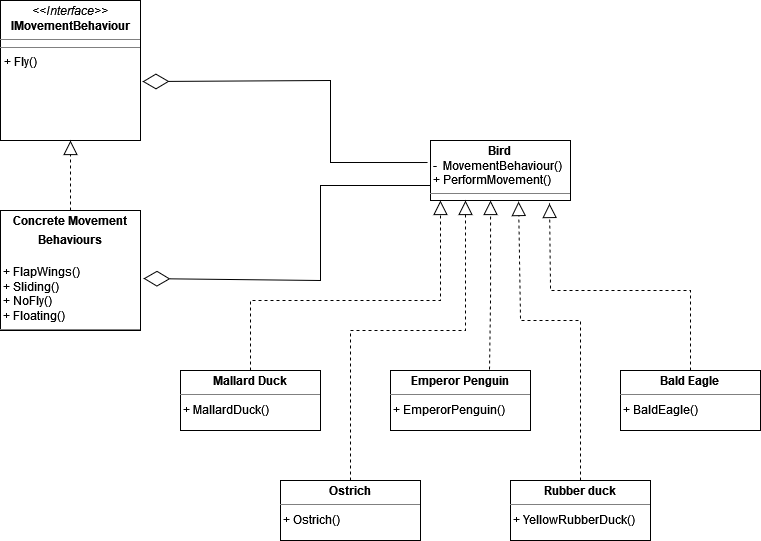
The draw.io diagram strategyPattern.drawio.png in Chijioke0894/Strategy_pattern, before a commit. Source tidied: cells renumbered, new cells last; positions are measured from the earlier drawing's top-left corner, leaving out a move shared by most shapes.
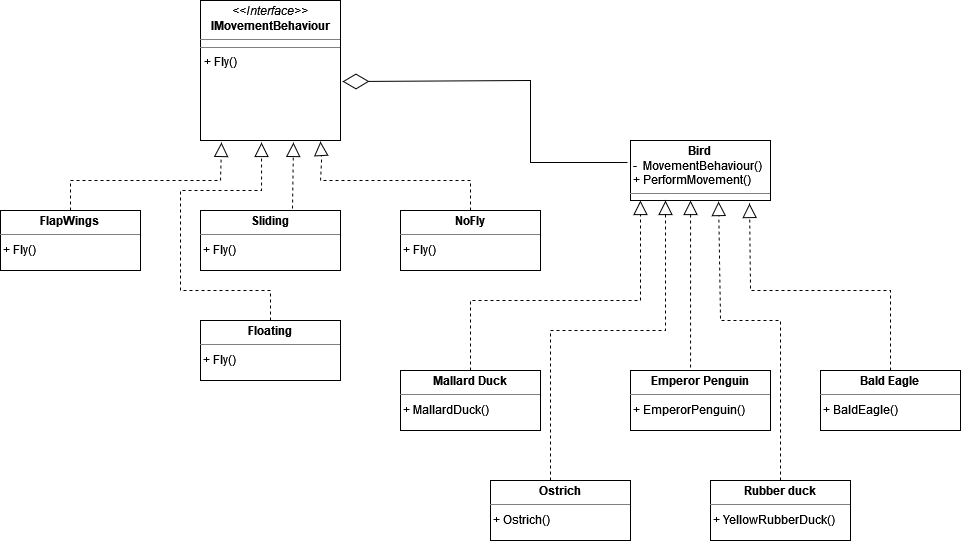
The same file after the commit.

Commit message:
I have updated the UML diagram.

What changed in the source:
```diff
@@ -5,12 +5,6 @@
     <mxCell id="2" value="&lt;p style=&quot;margin:0px;margin-top:4px;text-align:center;&quot;&gt;&lt;i&gt;&amp;lt;&amp;lt;Interface&amp;gt;&amp;gt;&lt;/i&gt;&lt;br&gt;&lt;b&gt;IMovementBehaviour&lt;/b&gt;&lt;/p&gt;&lt;hr size=&quot;1&quot;&gt;&lt;hr size=&quot;1&quot;&gt;&lt;p style=&quot;margin:0px;margin-left:4px;&quot;&gt;+ Fly()&lt;br&gt;&lt;/p&gt;" style="verticalAlign=top;align=left;overflow=fill;fontSize=12;fontFamily=Helvetica;html=1;whiteSpace=wrap;" parent="1" vertex="1">
       <mxGeometry width="140" height="140" as="geometry" />
     </mxCell>
-    <mxCell id="3" value="&lt;p style=&quot;margin:0px;margin-top:4px;text-align:center;&quot;&gt;&lt;b&gt;Concrete Movement &lt;br&gt;&lt;/b&gt;&lt;/p&gt;&lt;p style=&quot;margin:0px;margin-top:4px;text-align:center;&quot;&gt;&lt;b&gt;Behaviours&lt;br&gt;&lt;/b&gt;&lt;/p&gt;&lt;p style=&quot;margin:0px;margin-top:4px;text-align:center;&quot;&gt;&lt;b&gt;&lt;br&gt;&lt;/b&gt;&lt;/p&gt;&lt;div&gt;&amp;nbsp;+ FlapWings()&lt;/div&gt;&lt;div&gt;&amp;nbsp;+ Sliding()&lt;/div&gt;&lt;div&gt;&amp;nbsp;+ NoFly()&lt;/div&gt;&lt;div&gt;&amp;nbsp;+ Floating()&lt;br&gt;&lt;/div&gt;&lt;hr size=&quot;1&quot;&gt;&lt;div style=&quot;height:2px;&quot;&gt;&lt;/div&gt;" style="verticalAlign=top;align=left;overflow=fill;fontSize=12;fontFamily=Helvetica;html=1;whiteSpace=wrap;" parent="1" vertex="1">
-      <mxGeometry y="210" width="140" height="120" as="geometry" />
-    </mxCell>
-    <mxCell id="4" style="endArrow=block;dashed=1;endFill=0;endSize=12;html=1;rounded=0;exitX=0.5;exitY=0;exitDx=0;exitDy=0;entryX=0.5;entryY=1;entryDx=0;entryDy=0;" parent="1" edge="1" source="3" target="2">
-      <mxGeometry relative="1" as="geometry" />
-    </mxCell>
     <mxCell id="5" value="&lt;p style=&quot;margin:0px;margin-top:4px;text-align:center;&quot;&gt;&lt;b&gt;Bird&lt;/b&gt;&lt;br&gt;&lt;/p&gt;&lt;div&gt;&amp;nbsp;-&amp;nbsp; MovementBehaviour()&lt;/div&gt;&lt;div&gt;&amp;nbsp;+ PerformMovement()&lt;br&gt;&lt;/div&gt;&lt;hr size=&quot;1&quot;&gt;&lt;div style=&quot;height:2px;&quot;&gt;&lt;/div&gt;&lt;hr size=&quot;1&quot;&gt;&lt;div style=&quot;height:2px;&quot;&gt;&lt;/div&gt;" style="verticalAlign=top;align=left;overflow=fill;fontSize=12;fontFamily=Helvetica;html=1;whiteSpace=wrap;" parent="1" vertex="1">
       <mxGeometry x="430" y="140" width="140" height="60" as="geometry" />
     </mxCell>
@@ -22,25 +16,17 @@
         </Array>
       </mxGeometry>
     </mxCell>
-    <mxCell id="7" style="endArrow=diamondThin;endFill=0;endSize=24;html=1;rounded=0;exitX=0;exitY=0.75;exitDx=0;exitDy=0;entryX=1.021;entryY=0.567;entryDx=0;entryDy=0;entryPerimeter=0;" parent="1" edge="1" source="5" target="3">
-      <mxGeometry relative="1" as="geometry">
-        <Array as="points">
-          <mxPoint x="320" y="185" />
-          <mxPoint x="320" y="280" />
-        </Array>
-      </mxGeometry>
-    </mxCell>
     <mxCell id="8" value="&lt;p style=&quot;margin:0px;margin-top:4px;text-align:center;&quot;&gt;&lt;b&gt;Mallard Duck&lt;/b&gt;&lt;br&gt;&lt;/p&gt;&lt;hr size=&quot;1&quot;&gt;&lt;div style=&quot;height:2px;&quot;&gt;&amp;nbsp;+ MallardDuck()&lt;br&gt;&lt;/div&gt;" style="verticalAlign=top;align=left;overflow=fill;fontSize=12;fontFamily=Helvetica;html=1;whiteSpace=wrap;" parent="1" vertex="1">
-      <mxGeometry x="180" y="370" width="140" height="60" as="geometry" />
+      <mxGeometry x="200" y="370" width="140" height="60" as="geometry" />
     </mxCell>
     <mxCell id="9" value="&lt;p style=&quot;margin:0px;margin-top:4px;text-align:center;&quot;&gt;&lt;b&gt;Emperor Penguin&lt;/b&gt;&lt;br&gt;&lt;/p&gt;&lt;hr size=&quot;1&quot;&gt;&lt;div style=&quot;height:2px;&quot;&gt;&amp;nbsp;+ EmperorPenguin()&lt;br&gt;&lt;/div&gt;" style="verticalAlign=top;align=left;overflow=fill;fontSize=12;fontFamily=Helvetica;html=1;whiteSpace=wrap;" parent="1" vertex="1">
-      <mxGeometry x="390" y="370" width="140" height="60" as="geometry" />
+      <mxGeometry x="430" y="370" width="140" height="60" as="geometry" />
     </mxCell>
     <mxCell id="10" value="&lt;p style=&quot;margin:0px;margin-top:4px;text-align:center;&quot;&gt;&lt;b&gt;Bald Eagle&lt;/b&gt;&lt;br&gt;&lt;/p&gt;&lt;hr size=&quot;1&quot;&gt;&lt;div style=&quot;height:2px;&quot;&gt;&amp;nbsp;+ BaldEagle()&lt;br&gt;&lt;/div&gt;" style="verticalAlign=top;align=left;overflow=fill;fontSize=12;fontFamily=Helvetica;html=1;whiteSpace=wrap;" parent="1" vertex="1">
       <mxGeometry x="620" y="370" width="140" height="60" as="geometry" />
     </mxCell>
     <mxCell id="11" value="&lt;p style=&quot;margin:0px;margin-top:4px;text-align:center;&quot;&gt;&lt;b&gt;Ostrich&lt;/b&gt;&lt;br&gt;&lt;/p&gt;&lt;hr size=&quot;1&quot;&gt;&lt;div style=&quot;height:2px;&quot;&gt;&amp;nbsp;+ Ostrich()&lt;br&gt;&lt;/div&gt;" style="verticalAlign=top;align=left;overflow=fill;fontSize=12;fontFamily=Helvetica;html=1;whiteSpace=wrap;" parent="1" vertex="1">
-      <mxGeometry x="280" y="480" width="140" height="60" as="geometry" />
+      <mxGeometry x="290" y="480" width="140" height="60" as="geometry" />
     </mxCell>
     <mxCell id="12" value="&lt;p style=&quot;margin:0px;margin-top:4px;text-align:center;&quot;&gt;&lt;b&gt;Rubber duck&lt;/b&gt;&lt;br&gt;&lt;/p&gt;&lt;hr size=&quot;1&quot;&gt;&lt;div style=&quot;height:2px;&quot;&gt;&amp;nbsp;+ YellowRubberDuck()&lt;br&gt;&lt;/div&gt;" style="verticalAlign=top;align=left;overflow=fill;fontSize=12;fontFamily=Helvetica;html=1;whiteSpace=wrap;" parent="1" vertex="1">
       <mxGeometry x="510" y="480" width="140" height="60" as="geometry" />
@@ -48,13 +34,13 @@
     <mxCell id="13" style="endArrow=block;dashed=1;endFill=0;endSize=12;html=1;rounded=0;entryX=0.071;entryY=1;entryDx=0;entryDy=0;entryPerimeter=0;" parent="1" edge="1" source="8" target="5">
       <mxGeometry relative="1" as="geometry">
         <Array as="points">
-          <mxPoint x="250" y="300" />
+          <mxPoint x="270" y="300" />
           <mxPoint x="440" y="300" />
           <mxPoint x="440" y="230" />
         </Array>
       </mxGeometry>
     </mxCell>
-    <mxCell id="14" style="endArrow=block;dashed=1;endFill=0;endSize=12;html=1;rounded=0;entryX=0.429;entryY=1;entryDx=0;entryDy=0;entryPerimeter=0;exitX=0.707;exitY=-0.017;exitDx=0;exitDy=0;exitPerimeter=0;" parent="1" edge="1" source="9" target="5">
+    <mxCell id="14" style="endArrow=block;dashed=1;endFill=0;endSize=12;html=1;rounded=0;entryX=0.429;entryY=1;entryDx=0;entryDy=0;entryPerimeter=0;exitX=0.429;exitY=-0.05;exitDx=0;exitDy=0;exitPerimeter=0;" parent="1" edge="1" source="9" target="5">
       <mxGeometry relative="1" as="geometry">
         <Array as="points">
           <mxPoint x="490" y="300" />
@@ -88,5 +74,47 @@
         </Array>
       </mxGeometry>
     </mxCell>
+    <mxCell id="18" value="&lt;p style=&quot;margin:0px;margin-top:4px;text-align:center;&quot;&gt;&lt;b&gt;FlapWings&lt;/b&gt;&lt;br&gt;&lt;/p&gt;&lt;hr size=&quot;1&quot;&gt;&lt;div style=&quot;height:2px;&quot;&gt;&amp;nbsp;+ Fly()&lt;br&gt;&lt;/div&gt;" style="verticalAlign=top;align=left;overflow=fill;fontSize=12;fontFamily=Helvetica;html=1;whiteSpace=wrap;" parent="1" vertex="1">
+      <mxGeometry x="-200" y="210" width="140" height="60" as="geometry" />
+    </mxCell>
+    <mxCell id="19" value="&lt;p style=&quot;margin:0px;margin-top:4px;text-align:center;&quot;&gt;&lt;b&gt;NoFly&lt;/b&gt;&lt;br&gt;&lt;/p&gt;&lt;hr size=&quot;1&quot;&gt;&lt;div style=&quot;height:2px;&quot;&gt;&amp;nbsp;+ Fly()&lt;/div&gt;" style="verticalAlign=top;align=left;overflow=fill;fontSize=12;fontFamily=Helvetica;html=1;whiteSpace=wrap;" parent="1" vertex="1">
+      <mxGeometry x="200" y="210" width="140" height="60" as="geometry" />
+    </mxCell>
+    <mxCell id="20" value="&lt;p style=&quot;margin:0px;margin-top:4px;text-align:center;&quot;&gt;&lt;b&gt;Sliding&lt;/b&gt;&lt;br&gt;&lt;/p&gt;&lt;hr size=&quot;1&quot;&gt;&lt;div style=&quot;height:2px;&quot;&gt;&amp;nbsp;+ Fly()&lt;br&gt;&lt;/div&gt;" style="verticalAlign=top;align=left;overflow=fill;fontSize=12;fontFamily=Helvetica;html=1;whiteSpace=wrap;" parent="1" vertex="1">
+      <mxGeometry y="210" width="140" height="60" as="geometry" />
+    </mxCell>
+    <mxCell id="21" value="&lt;p style=&quot;margin:0px;margin-top:4px;text-align:center;&quot;&gt;&lt;b&gt;Floating&lt;/b&gt;&lt;br&gt;&lt;/p&gt;&lt;hr size=&quot;1&quot;&gt;&lt;div style=&quot;height:2px;&quot;&gt;&amp;nbsp;+ Fly()&lt;br&gt;&lt;/div&gt;" style="verticalAlign=top;align=left;overflow=fill;fontSize=12;fontFamily=Helvetica;html=1;whiteSpace=wrap;" parent="1" vertex="1">
+      <mxGeometry y="320" width="140" height="60" as="geometry" />
+    </mxCell>
+    <mxCell id="22" style="endArrow=block;dashed=1;endFill=0;endSize=12;html=1;rounded=0;exitX=0.5;exitY=0;exitDx=0;exitDy=0;entryX=0.15;entryY=1.014;entryDx=0;entryDy=0;entryPerimeter=0;" parent="1" edge="1" source="18" target="2">
+      <mxGeometry relative="1" as="geometry">
+        <Array as="points">
+          <mxPoint x="-130" y="180" />
+          <mxPoint x="20" y="180" />
+        </Array>
+      </mxGeometry>
+    </mxCell>
+    <mxCell id="23" style="endArrow=block;dashed=1;endFill=0;endSize=12;html=1;rounded=0;exitX=0.657;exitY=-0.033;exitDx=0;exitDy=0;exitPerimeter=0;entryX=0.664;entryY=1.014;entryDx=0;entryDy=0;entryPerimeter=0;" parent="1" edge="1" source="20" target="2">
+      <mxGeometry relative="1" as="geometry" />
+    </mxCell>
+    <mxCell id="24" style="endArrow=block;dashed=1;endFill=0;endSize=12;html=1;rounded=0;exitX=0.5;exitY=0;exitDx=0;exitDy=0;entryX=0.857;entryY=1.007;entryDx=0;entryDy=0;entryPerimeter=0;" parent="1" edge="1" source="19" target="2">
+      <mxGeometry relative="1" as="geometry">
+        <Array as="points">
+          <mxPoint x="270" y="180" />
+          <mxPoint x="120" y="180" />
+          <mxPoint x="121" y="160" />
+        </Array>
+      </mxGeometry>
+    </mxCell>
+    <mxCell id="25" style="endArrow=block;dashed=1;endFill=0;endSize=12;html=1;rounded=0;entryX=0.436;entryY=1.014;entryDx=0;entryDy=0;entryPerimeter=0;exitX=0.5;exitY=0;exitDx=0;exitDy=0;" parent="1" edge="1" source="21" target="2">
+      <mxGeometry relative="1" as="geometry">
+        <Array as="points">
+          <mxPoint x="70" y="290" />
+          <mxPoint x="-20" y="290" />
+          <mxPoint x="-20" y="190" />
+          <mxPoint x="61" y="190" />
+        </Array>
+      </mxGeometry>
+    </mxCell>
   </root>
 </mxGraphModel>
```
